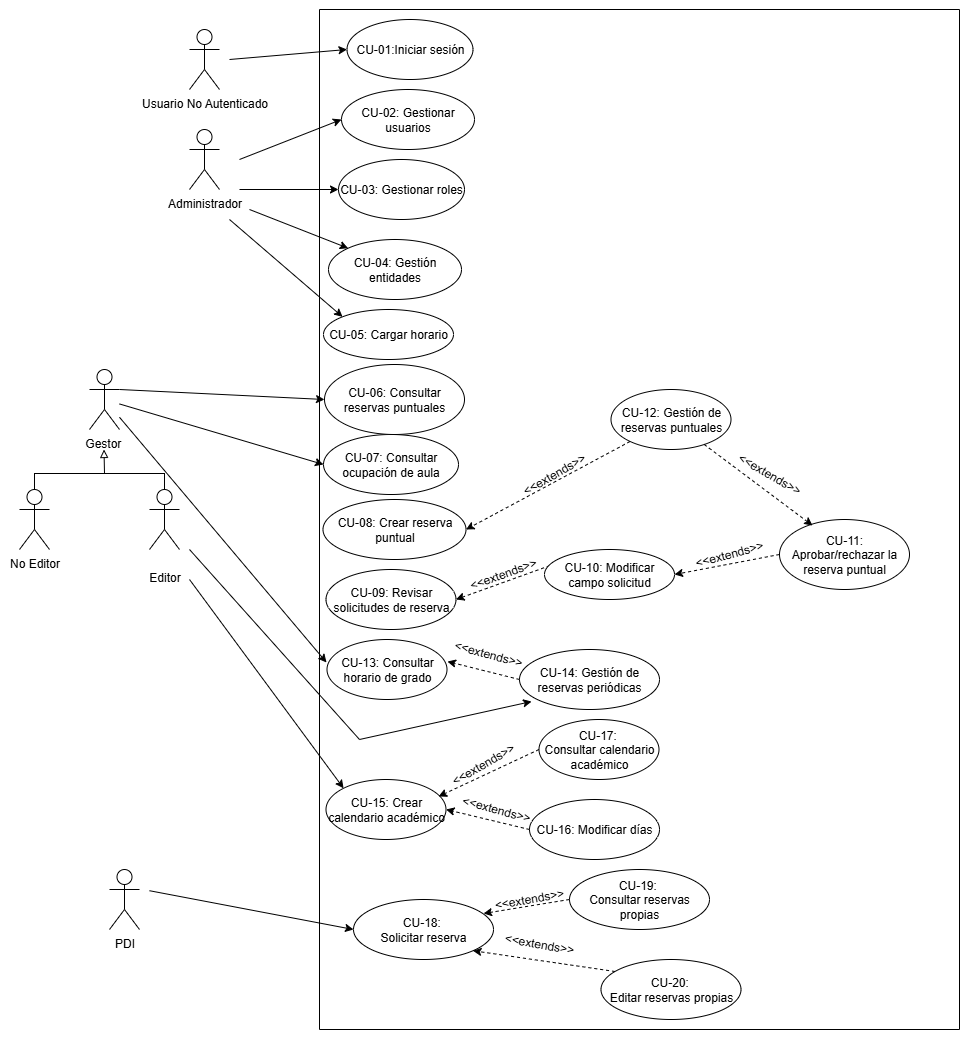
Earlier version of the draw.io export doc/img/Diagrama de casos de uso.png (rebecacuestaestepar/Trabajo-Fin-de-Grado-2025-2026). Source tidied: cells renumbered, new cells last; positions are measured from the earlier drawing's top-left corner, leaving out a move shared by most shapes.
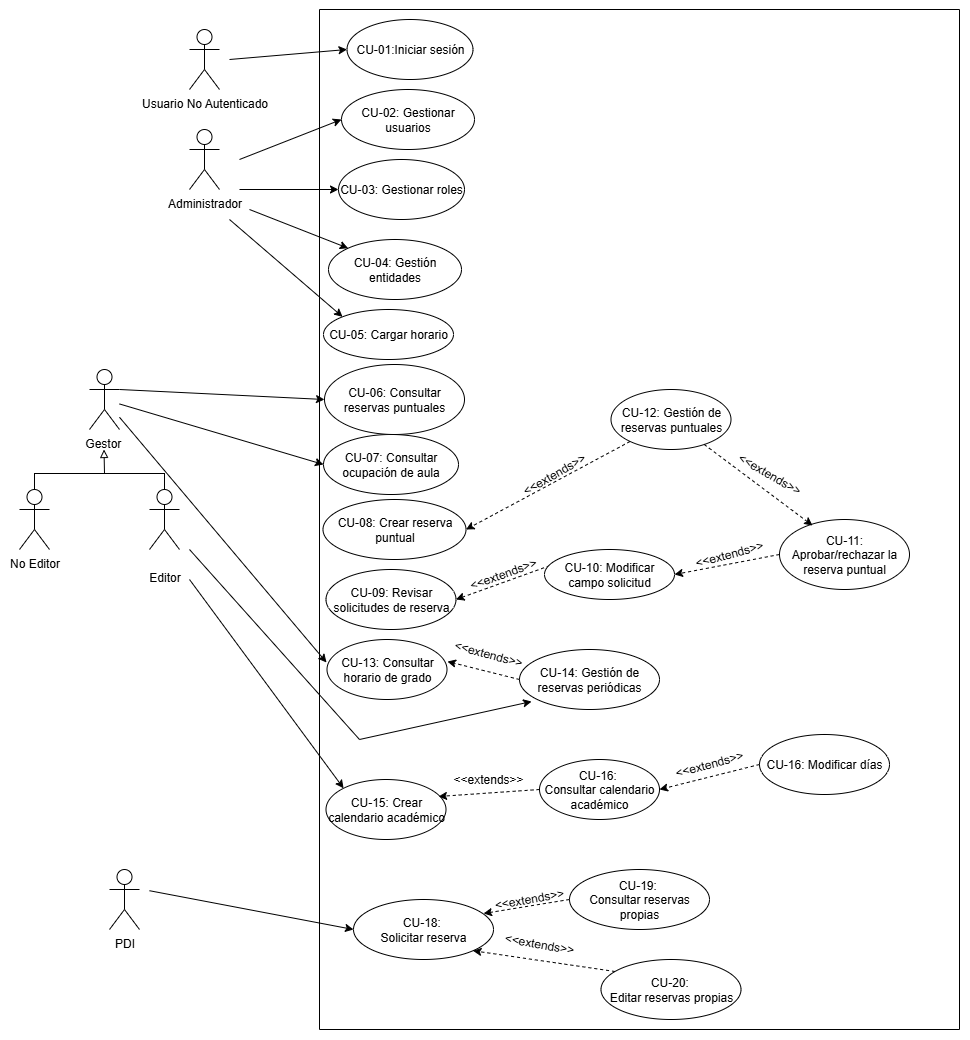
The same file after the commit.

Commit message:
Actualizar diagrama de casos de uso, y las tablas de los casos de uso

Change to the diagram source:
```diff
@@ -177,17 +177,17 @@
         <mxPoint x="170" y="570" as="sourcePoint" />
       </mxGeometry>
     </mxCell>
-    <mxCell id="49" value="CU-17:&amp;nbsp;&lt;div&gt;Consultar calendario académico&lt;/div&gt;" style="ellipse;whiteSpace=wrap;html=1;" parent="1" vertex="1">
-      <mxGeometry x="519.5" y="710" width="120" height="60" as="geometry" />
+    <mxCell id="49" value="CU-16:&amp;nbsp;&lt;div&gt;Consultar calendario académico&lt;/div&gt;" style="ellipse;whiteSpace=wrap;html=1;" parent="1" vertex="1">
+      <mxGeometry x="520" y="750" width="120" height="60" as="geometry" />
     </mxCell>
     <mxCell id="50" value="CU-16: Modificar días" style="ellipse;whiteSpace=wrap;html=1;" parent="1" vertex="1">
-      <mxGeometry x="510" y="790" width="130" height="60" as="geometry" />
+      <mxGeometry x="740" y="725" width="130" height="60" as="geometry" />
     </mxCell>
-    <mxCell id="51" style="endArrow=classic;html=1;rounded=0;entryX=1;entryY=0.5;entryDx=0;entryDy=0;exitX=0;exitY=0.5;exitDx=0;exitDy=0;dashed=1;" parent="1" edge="1" source="50" target="47">
+    <mxCell id="51" style="endArrow=classic;html=1;rounded=0;exitX=0;exitY=0.5;exitDx=0;exitDy=0;dashed=1;entryX=1;entryY=0.5;entryDx=0;entryDy=0;" parent="1" edge="1" source="50" target="49">
       <mxGeometry relative="1" as="geometry" />
     </mxCell>
-    <mxCell id="52" value="&amp;lt;&amp;lt;extends&amp;gt;&amp;gt;" style="text;html=1;align=center;verticalAlign=middle;whiteSpace=wrap;rounded=0;rotation=15;" parent="1" vertex="1">
-      <mxGeometry x="446.5" y="785" width="60" height="30" as="geometry" />
+    <mxCell id="52" value="&amp;lt;&amp;lt;extends&amp;gt;&amp;gt;" style="text;html=1;align=center;verticalAlign=middle;whiteSpace=wrap;rounded=0;rotation=0;" parent="1" vertex="1">
+      <mxGeometry x="439" y="755" width="60" height="30" as="geometry" />
     </mxCell>
     <mxCell id="53" value="CU-04: Gestión entidades" style="ellipse;whiteSpace=wrap;html=1;" parent="1" vertex="1">
       <mxGeometry x="309" y="230" width="133" height="60" as="geometry" />
@@ -213,8 +213,8 @@
     <mxCell id="57" style="endArrow=classic;html=1;rounded=0;entryX=0.938;entryY=0.283;entryDx=0;entryDy=0;entryPerimeter=0;exitX=0;exitY=0.5;exitDx=0;exitDy=0;dashed=1;" parent="1" edge="1" source="49" target="47">
       <mxGeometry relative="1" as="geometry" />
     </mxCell>
-    <mxCell id="58" value="&amp;lt;&amp;lt;extends&amp;gt;&amp;gt;" style="text;html=1;align=center;verticalAlign=middle;whiteSpace=wrap;rounded=0;rotation=-30;" parent="1" vertex="1">
-      <mxGeometry x="434" y="740" width="60" height="30" as="geometry" />
+    <mxCell id="58" value="&amp;lt;&amp;lt;extends&amp;gt;&amp;gt;" style="text;html=1;align=center;verticalAlign=middle;whiteSpace=wrap;rounded=0;rotation=-15;" parent="1" vertex="1">
+      <mxGeometry x="660" y="740" width="60" height="30" as="geometry" />
     </mxCell>
     <mxCell id="59" value="&amp;lt;&amp;lt;extends&amp;gt;&amp;gt;" style="text;html=1;align=center;verticalAlign=middle;whiteSpace=wrap;rounded=0;rotation=15;" parent="1" vertex="1">
       <mxGeometry x="439" y="630" width="60" height="30" as="geometry" />
```
